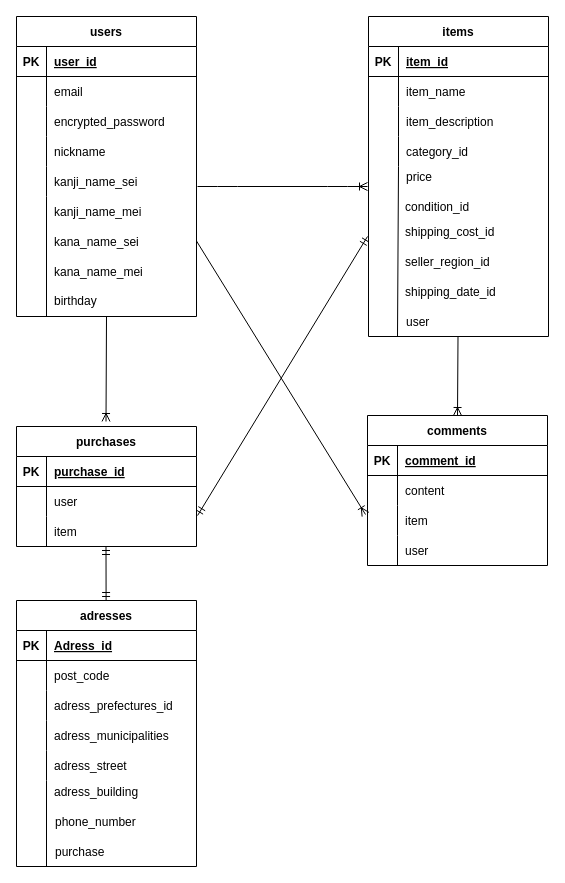
Earlier version of the draw.io diagram furima.dio (sora-site/furima-40734). Source tidied: cells renumbered, new cells numbered last; positions are measured from the earlier drawing's top-left corner, leaving out a move shared by most shapes. Both pictures are drawn from the tidied source at 100%, with x=0, y=0 at pixel (16, 16).
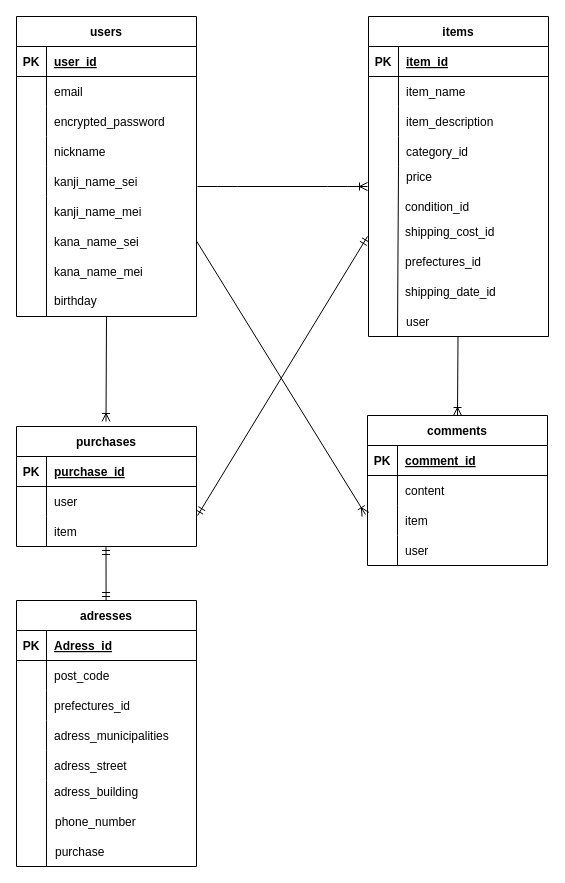
The same diagram, later.

Commit message (it also covers changes not shown here):
データベース設計指摘対応２回目

Unchanged cells that the change refers to:
```xml
<mxCell id="47" style="shape=tableRow;horizontal=0;startSize=0;swimlaneHead=0;swimlaneBody=0;fillColor=none;top=0;left=0;right=0;bottom=0;" parent="40" vertex="1">
  <mxGeometry y="90" width="180" height="30" as="geometry" />
</mxCell>
```

Change to the diagram source:
```diff
@@
-    <mxCell id="35" value="seller_region_id" style="shape=partialRectangle;fillColor=none;top=0;left=0;bottom=0;right=0;align=left;spacingLeft=6;overflow=hidden;" parent="1" vertex="1">
+    <mxCell id="35" value="prefectures_id" style="shape=partialRectangle;fillColor=none;top=0;left=0;bottom=0;right=0;align=left;spacingLeft=6;overflow=hidden;" parent="1" vertex="1">
       <mxGeometry x="381" y="230" width="145" height="30" as="geometry" />
     </mxCell>
@@
-    <mxCell id="49" value="adress_prefectures_id" style="shape=partialRectangle;fillColor=none;top=0;left=0;bottom=0;right=0;align=left;spacingLeft=6;overflow=hidden;" parent="47" vertex="1">
+    <mxCell id="49" value="prefectures_id" style="shape=partialRectangle;fillColor=none;top=0;left=0;bottom=0;right=0;align=left;spacingLeft=6;overflow=hidden;" parent="47" vertex="1">
       <mxGeometry x="30" width="150" height="30" as="geometry" />
     </mxCell>
```
